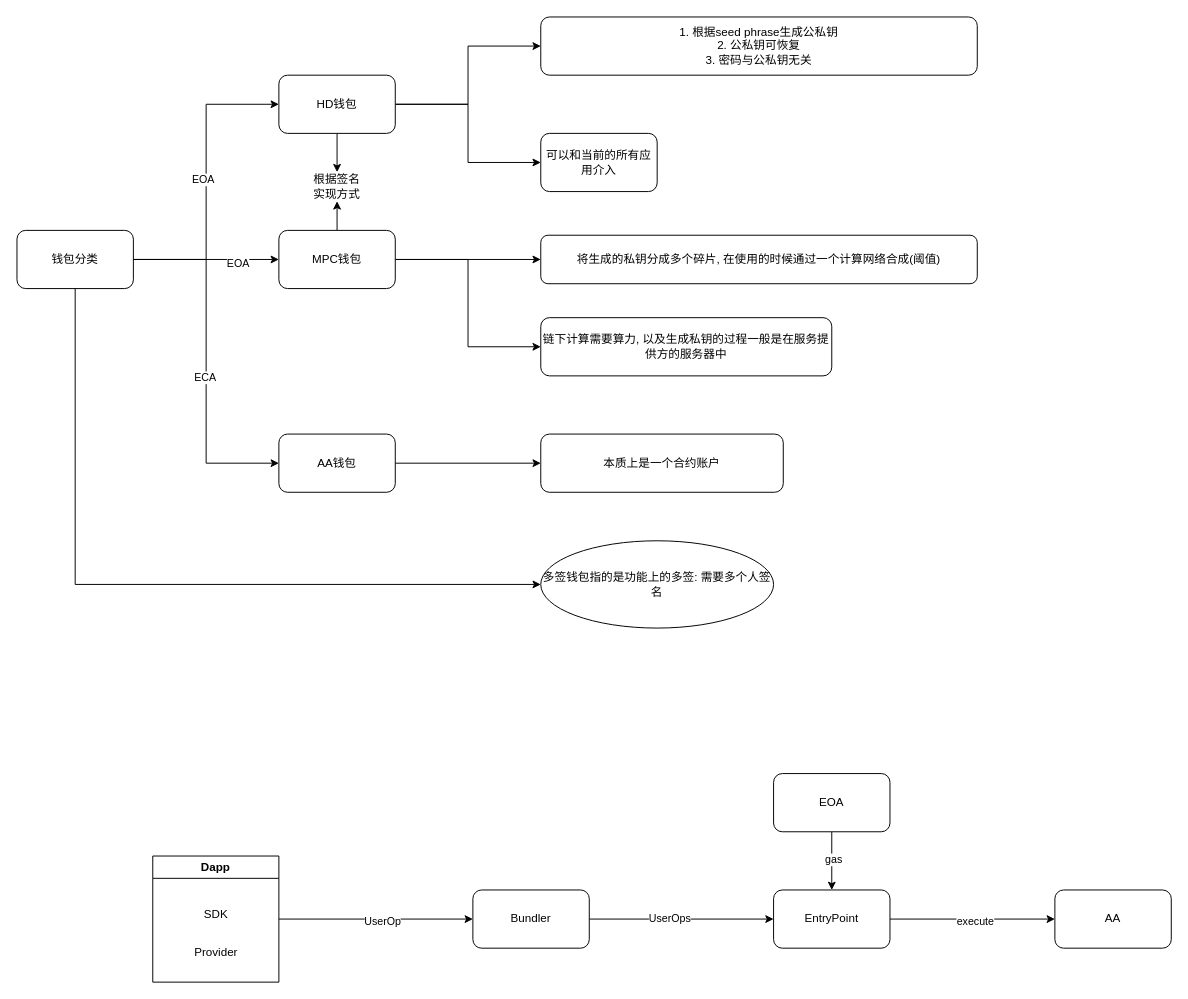
Above: templates/钱包.drawio in YuPccc/flask_demo (draw.io), before the change. Source tidied: cells renumbered, new cells numbered last; positions are measured from the earlier drawing's top-left corner, leaving out a move shared by most shapes. Both pictures are drawn from the tidied source at 97%, with x=0, y=0 at pixel (16, 16).
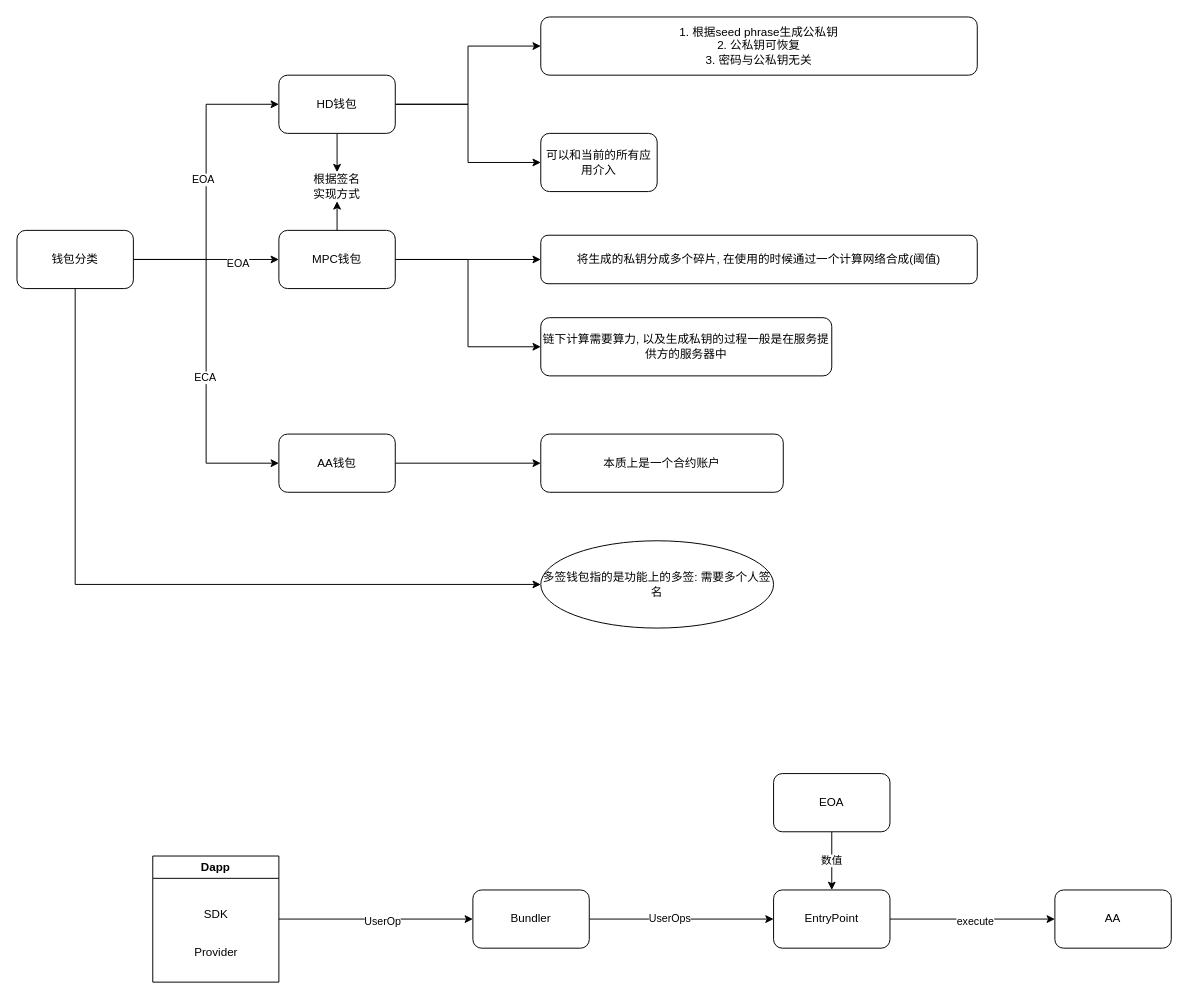
Above is the later version.

The change refers to these unchanged cells:
```xml
<mxCell id="37" value="EntryPoint" style="rounded=1;whiteSpace=wrap;html=1;" parent="1" vertex="1">
  <mxGeometry x="780" y="900" width="120" height="60" as="geometry" />
</mxCell>
<mxCell id="41" value="EOA" style="rounded=1;whiteSpace=wrap;html=1;" parent="1" vertex="1">
  <mxGeometry x="780" y="780" width="120" height="60" as="geometry" />
</mxCell>
```

What changed in the source:
```diff
@@
-    <mxCell id="39" style="edgeStyle=orthogonalEdgeStyle;rounded=0;jettySize=auto;html=1;exitX=0.5;exitY=1;exitDx=0;exitDy=0;entryX=0.5;entryY=0;entryDx=0;entryDy=0;" parent="1" edge="1" source="41" target="37">
+    <mxCell id="39" value="数值" style="edgeStyle=orthogonalEdgeStyle;rounded=0;jettySize=auto;html=1;exitX=0.5;exitY=1;exitDx=0;exitDy=0;entryX=0.5;entryY=0;entryDx=0;entryDy=0;" parent="1" edge="1" source="41" target="37">
       <mxGeometry relative="1" as="geometry" />
     </mxCell>
-    <mxCell id="40" value="gas" style="edgeLabel;html=1;align=center;verticalAlign=middle;" parent="39" vertex="1">
-      <mxGeometry x="-0.06" y="1" relative="1" as="geometry" />
-    </mxCell>
```
